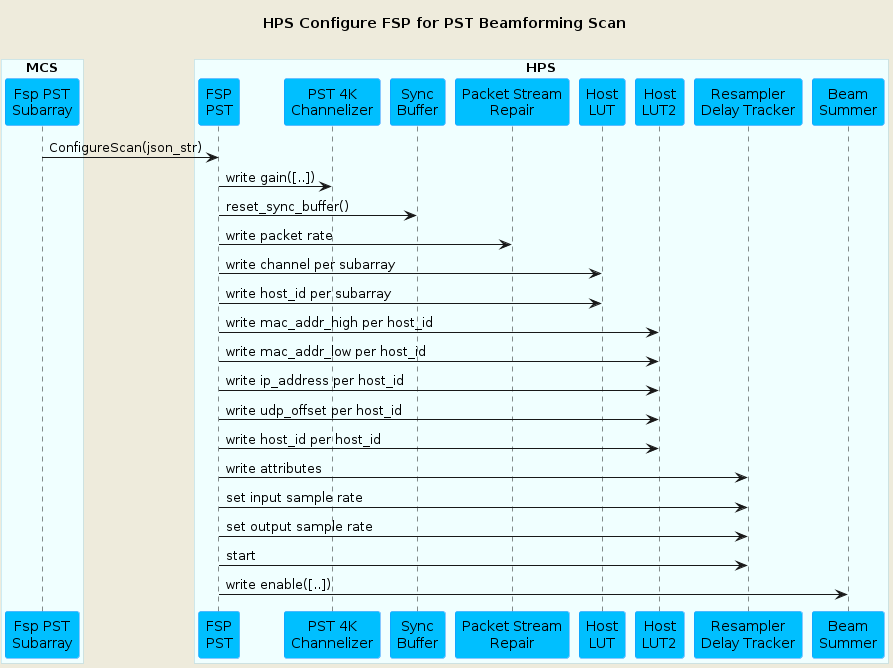
This is docs/src/diagrams/configure-scan-pst-fsp-hps.png from ska-telescope/mid-cbf-mcs, a PlantUML export, as it was before one commit.
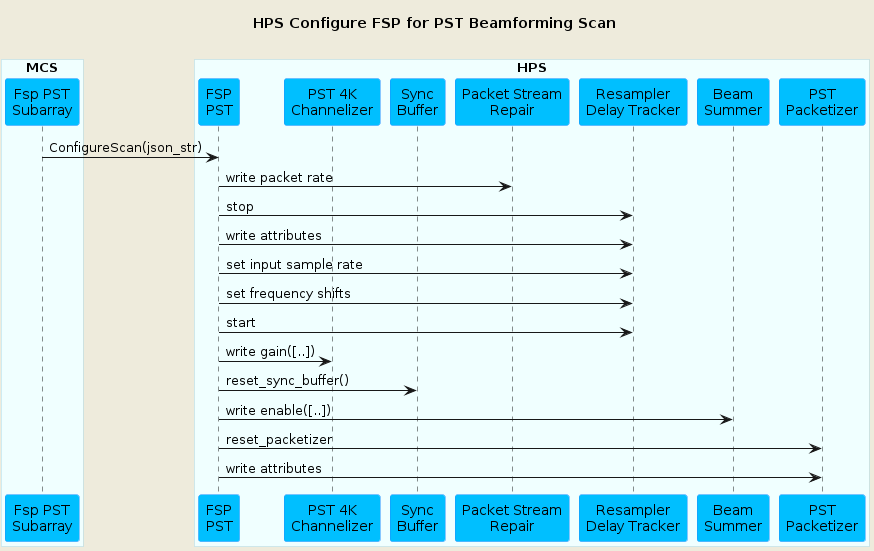
Above is the later version.

Commit message:
CIP-2849: Updated diagrams to better reflect paths

What changed in the source:
```diff
@@ -21,28 +21,23 @@
 participant "PST 4K\nChannelizer" as channelizer
 participant "Sync\nBuffer" as buffer
 participant "Packet Stream\nRepair" as psr
-participant "Host\nLUT" as lut
-participant "Host\nLUT2" as lut2
 participant "Resampler\nDelay Tracker" as rdt
 participant "Beam\nSummer" as summer
+participant "PST\nPacketizer" as packetizer
 
 end box
 
 fsppst     -> hpsfsppst   : ConfigureScan(json_str)
+hpsfsppst  -> psr         : write packet rate
+hpsfsppst  -> rdt         : stop
+hpsfsppst  -> rdt         : write attributes
+hpsfsppst  -> rdt         : set input sample rate
+hpsfsppst  -> rdt         : set frequency shifts
+hpsfsppst  -> rdt         : start
 hpsfsppst  -> channelizer : write gain([..])
 hpsfsppst  -> buffer      : reset_sync_buffer()
-hpsfsppst  -> psr         : write packet rate
-hpsfsppst  -> lut         : write channel per subarray
-hpsfsppst  -> lut         : write host_id per subarray
-hpsfsppst  -> lut2        : write mac_addr_high per host_id
-hpsfsppst  -> lut2        : write mac_addr_low per host_id
-hpsfsppst  -> lut2        : write ip_address per host_id
-hpsfsppst  -> lut2        : write udp_offset per host_id
-hpsfsppst  -> lut2        : write host_id per host_id
-hpsfsppst  -> rdt         : write attributes
-hpsfsppst  -> rdt         : set input sample rate
-hpsfsppst  -> rdt         : set output sample rate
-hpsfsppst  -> rdt         : start
-hpsfsppst  -> summer       : write enable([..])
+hpsfsppst  -> summer      : write enable([..])
+hpsfsppst  -> packetizer  : reset_packetizer
+hpsfsppst  -> packetizer  : write attributes
 
 @enduml
```
